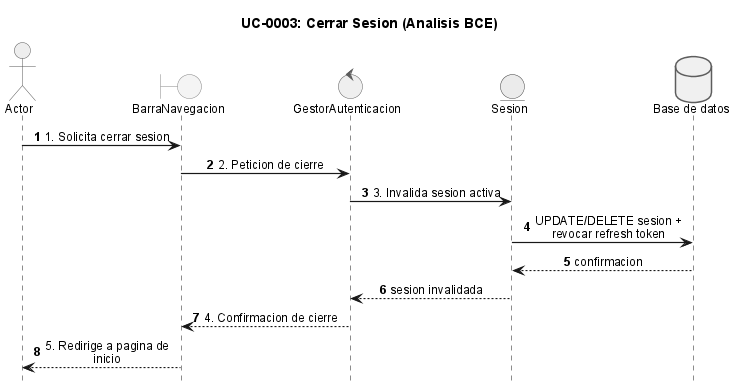
ErDeivih/DocumentChain keeps this PlantUML diagram as anexos/diagramas/seq-bce-uc0003-logout.png. Above is the earlier version.
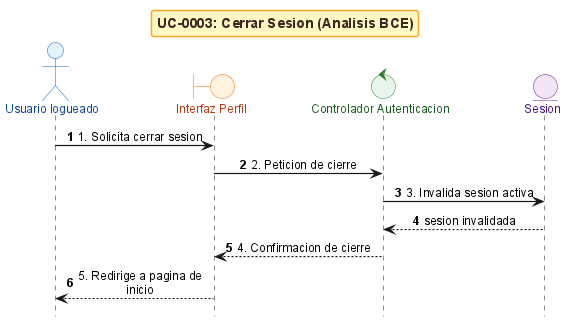
The same file after the commit.

What changed in the source:
```diff
@@ -3,18 +3,15 @@
 
 title UC-0003: Cerrar Sesion (Analisis BCE)
 
-actor Actor
-boundary "BarraNavegacion" as BF
-control "GestorAutenticacion" as CG
+actor "Usuario logueado" as Actor
+boundary "Interfaz Perfil" as BF
+control "Controlador Autenticacion" as CG
 entity "Sesion" as ES
 
-database "Base de datos" as DB
 
 Actor -> BF : 1. Solicita cerrar sesion
 BF -> CG : 2. Peticion de cierre
 CG -> ES : 3. Invalida sesion activa
-ES -> DB : UPDATE/DELETE sesion + revocar refresh token
-DB --> ES : confirmacion
 ES --> CG : sesion invalidada
 CG --> BF : 4. Confirmacion de cierre
 BF --> Actor : 5. Redirige a pagina de inicio
```
